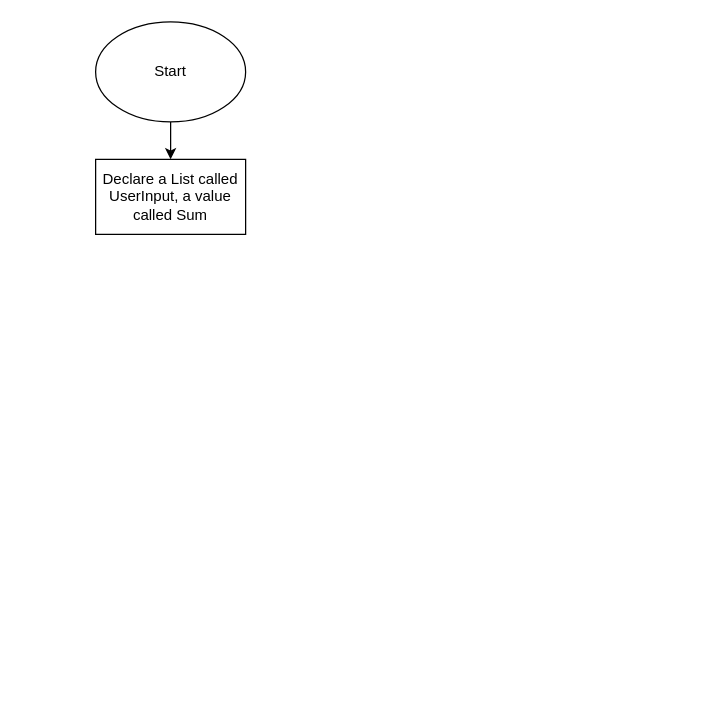
Above: PartA2.drawio in mumawQAQ/configs (draw.io), before the change. Source tidied: cells renumbered, new cells numbered last; positions are measured from the earlier drawing's top-left corner, leaving out a move shared by most shapes. Both pictures are drawn from the tidied source at 125%, with x=0, y=0 at pixel (95, 21).
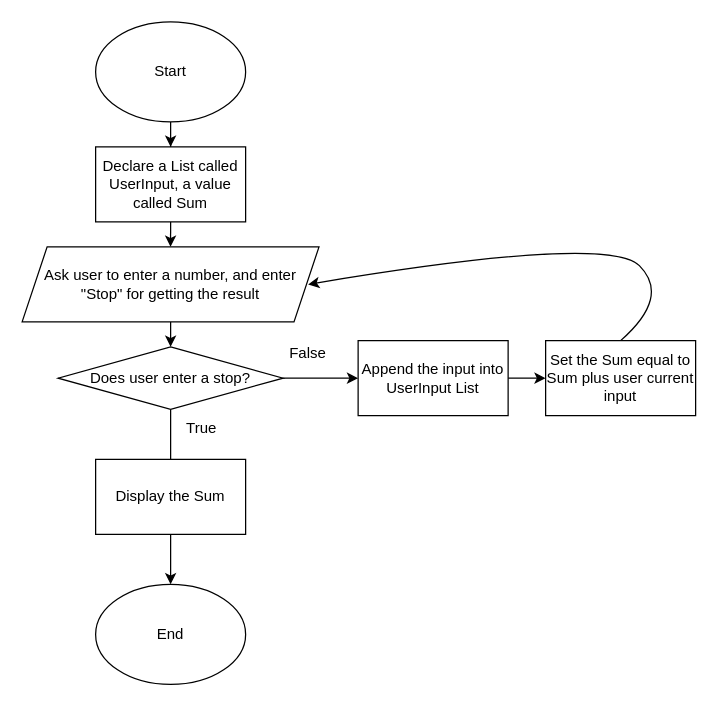
After the change.

The edit, as a diff of the source:
```diff
@@
+    <mxCell id="5" style="edgeStyle=orthogonalEdgeStyle;rounded=0;jettySize=auto;html=1;exitX=0.5;exitY=1;exitDx=0;exitDy=0;entryX=0.5;entryY=0;entryDx=0;entryDy=0;" parent="1" edge="1" source="4" target="7">
+      <mxGeometry relative="1" as="geometry" />
+    </mxCell>
     <mxCell id="4" value="Declare a List called UserInput, a value called Sum" style="rounded=0;whiteSpace=wrap;html=1;" parent="1" vertex="1">
-      <mxGeometry y="110" width="120" height="60" as="geometry" />
+      <mxGeometry y="100" width="120" height="60" as="geometry" />
     </mxCell>
+    <mxCell id="6" style="edgeStyle=orthogonalEdgeStyle;rounded=0;jettySize=auto;html=1;" parent="1" edge="1" source="7" target="10">
+      <mxGeometry relative="1" as="geometry" />
+    </mxCell>
+    <mxCell id="7" value="Ask user to enter a number, and enter &quot;Stop&quot; for getting the result" style="shape=parallelogram;perimeter=parallelogramPerimeter;whiteSpace=wrap;html=1;fixedSize=1;" parent="1" vertex="1">
+      <mxGeometry x="-58.8" y="180" width="237.5" height="60" as="geometry" />
+    </mxCell>
+    <mxCell id="8" style="edgeStyle=orthogonalEdgeStyle;rounded=0;jettySize=auto;html=1;" parent="1" edge="1" source="10" target="12">
+      <mxGeometry relative="1" as="geometry" />
+    </mxCell>
+    <mxCell id="9" style="edgeStyle=orthogonalEdgeStyle;rounded=0;jettySize=auto;html=1;" parent="1" edge="1" source="10">
+      <mxGeometry relative="1" as="geometry">
+        <mxPoint x="60" y="400" as="targetPoint" />
+      </mxGeometry>
+    </mxCell>
+    <mxCell id="10" value="Does user enter a stop?" style="rhombus;whiteSpace=wrap;html=1;" parent="1" vertex="1">
+      <mxGeometry x="-30" y="260" width="180" height="50" as="geometry" />
+    </mxCell>
+    <mxCell id="11" style="edgeStyle=orthogonalEdgeStyle;rounded=0;jettySize=auto;html=1;" parent="1" edge="1" source="12" target="14">
+      <mxGeometry relative="1" as="geometry" />
+    </mxCell>
+    <mxCell id="12" value="Append the input into UserInput List" style="whiteSpace=wrap;html=1;" parent="1" vertex="1">
+      <mxGeometry x="210" y="255" width="120" height="60" as="geometry" />
+    </mxCell>
+    <mxCell id="13" value="False" style="text;html=1;strokeColor=none;fillColor=none;align=center;verticalAlign=middle;whiteSpace=wrap;rounded=0;" parent="1" vertex="1">
+      <mxGeometry x="150" y="255" width="40" height="20" as="geometry" />
+    </mxCell>
+    <mxCell id="14" value="Set the Sum equal to Sum plus user current input" style="whiteSpace=wrap;html=1;" parent="1" vertex="1">
+      <mxGeometry x="360" y="255" width="120" height="60" as="geometry" />
+    </mxCell>
+    <mxCell id="15" style="curved=1;endArrow=classic;html=1;exitX=0.5;exitY=0;exitDx=0;exitDy=0;" parent="1" edge="1" source="14">
+      <mxGeometry relative="1" as="geometry">
+        <mxPoint x="170" y="210" as="targetPoint" />
+        <Array as="points">
+          <mxPoint x="460" y="220" />
+          <mxPoint x="410" y="170" />
+        </Array>
+      </mxGeometry>
+    </mxCell>
+    <mxCell id="16" value="True" style="text;html=1;strokeColor=none;fillColor=none;align=center;verticalAlign=middle;whiteSpace=wrap;rounded=0;" parent="1" vertex="1">
+      <mxGeometry x="65" y="315" width="40" height="20" as="geometry" />
+    </mxCell>
+    <mxCell id="17" style="edgeStyle=orthogonalEdgeStyle;rounded=0;jettySize=auto;html=1;" parent="1" edge="1" source="18" target="19">
+      <mxGeometry relative="1" as="geometry" />
+    </mxCell>
+    <mxCell id="18" value="Display the Sum" style="rounded=0;whiteSpace=wrap;html=1;" parent="1" vertex="1">
+      <mxGeometry y="350" width="120" height="60" as="geometry" />
+    </mxCell>
+    <mxCell id="19" value="End" style="ellipse;whiteSpace=wrap;html=1;" parent="1" vertex="1">
+      <mxGeometry y="450" width="120" height="80" as="geometry" />
+    </mxCell>
```
